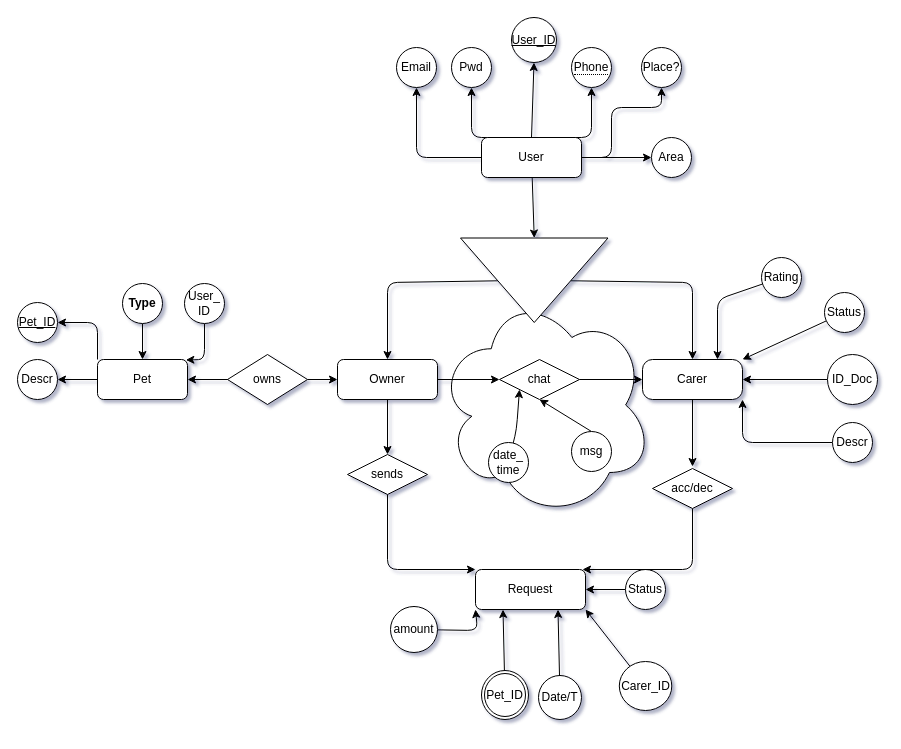
Before: Docs/DB/entidad-realcion.drawio in iagogonzalezborines/MascoTier_Project, a draw.io diagram. Source tidied: cells renumbered, new cells numbered last; positions are measured from the earlier drawing's top-left corner, leaving out a move shared by most shapes. Both pictures are drawn from the tidied source at 100%, with x=0, y=0 at pixel (17, 17).
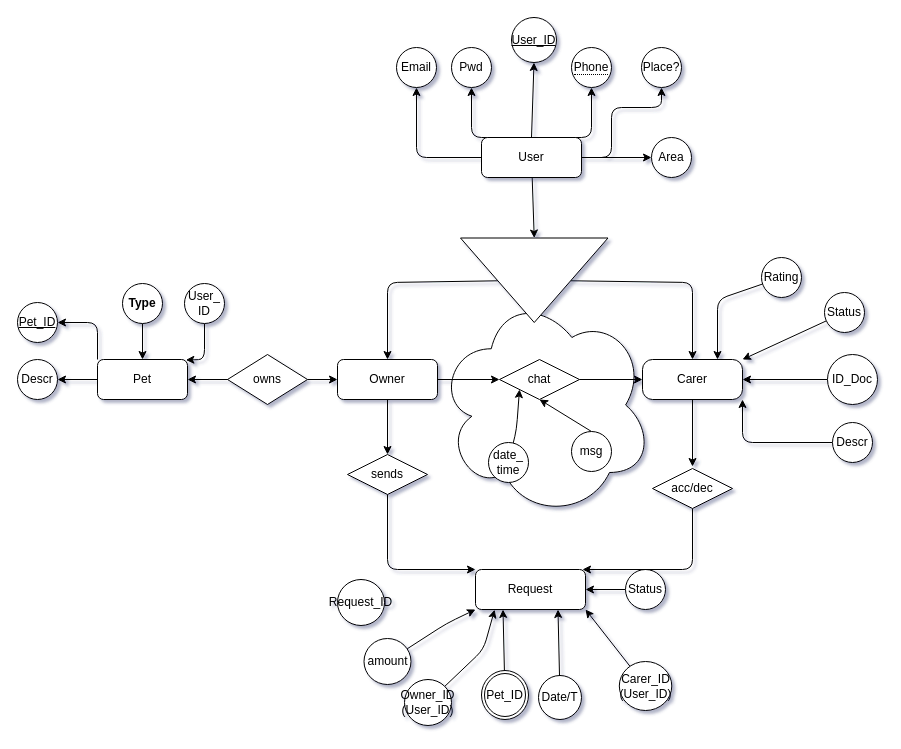
Above is the later version.

The change refers to these unchanged cells:
```xml
<mxCell id="35" value="Request" style="rounded=1;whiteSpace=wrap;html=1;" parent="1" vertex="1">
  <mxGeometry x="458" y="552" width="110" height="40" as="geometry" />
</mxCell>
```

The edit, as a diff of the source:
```diff
@@
     <mxCell id="38" style="edgeStyle=none;html=1;entryX=0;entryY=1;entryDx=0;entryDy=0;" parent="1" edge="1" source="39" target="35">
       <mxGeometry relative="1" as="geometry">
         <Array as="points">
-          <mxPoint x="460" y="613" />
+          <mxPoint x="429" y="606" />
         </Array>
       </mxGeometry>
     </mxCell>
     <mxCell id="39" value="amount" style="ellipse;whiteSpace=wrap;html=1;" parent="1" vertex="1">
-      <mxGeometry x="373" y="589" width="47" height="46" as="geometry" />
+      <mxGeometry x="346.5" y="621" width="47" height="46" as="geometry" />
     </mxCell>
@@
-    <mxCell id="65" value="Carer_ID" style="ellipse;whiteSpace=wrap;html=1;" parent="1" vertex="1">
+    <mxCell id="65" value="Carer_ID&lt;br&gt;(User_ID)" style="ellipse;whiteSpace=wrap;html=1;" parent="1" vertex="1">
       <mxGeometry x="601.8" y="644" width="52.5" height="49" as="geometry" />
     </mxCell>
+    <mxCell id="66" style="edgeStyle=none;html=1;entryX=0.174;entryY=1.004;entryDx=0;entryDy=0;entryPerimeter=0;" parent="1" edge="1" source="67" target="35">
+      <mxGeometry relative="1" as="geometry">
+        <Array as="points">
+          <mxPoint x="466" y="632" />
+        </Array>
+      </mxGeometry>
+    </mxCell>
+    <mxCell id="67" value="Owner_ID&lt;br&gt;(User_ID)" style="ellipse;whiteSpace=wrap;html=1;" parent="1" vertex="1">
+      <mxGeometry x="387" y="662" width="47" height="46" as="geometry" />
+    </mxCell>
+    <mxCell id="68" value="Request_ID&lt;br&gt;" style="ellipse;whiteSpace=wrap;html=1;" parent="1" vertex="1">
+      <mxGeometry x="320" y="562" width="47" height="46" as="geometry" />
+    </mxCell>
```
